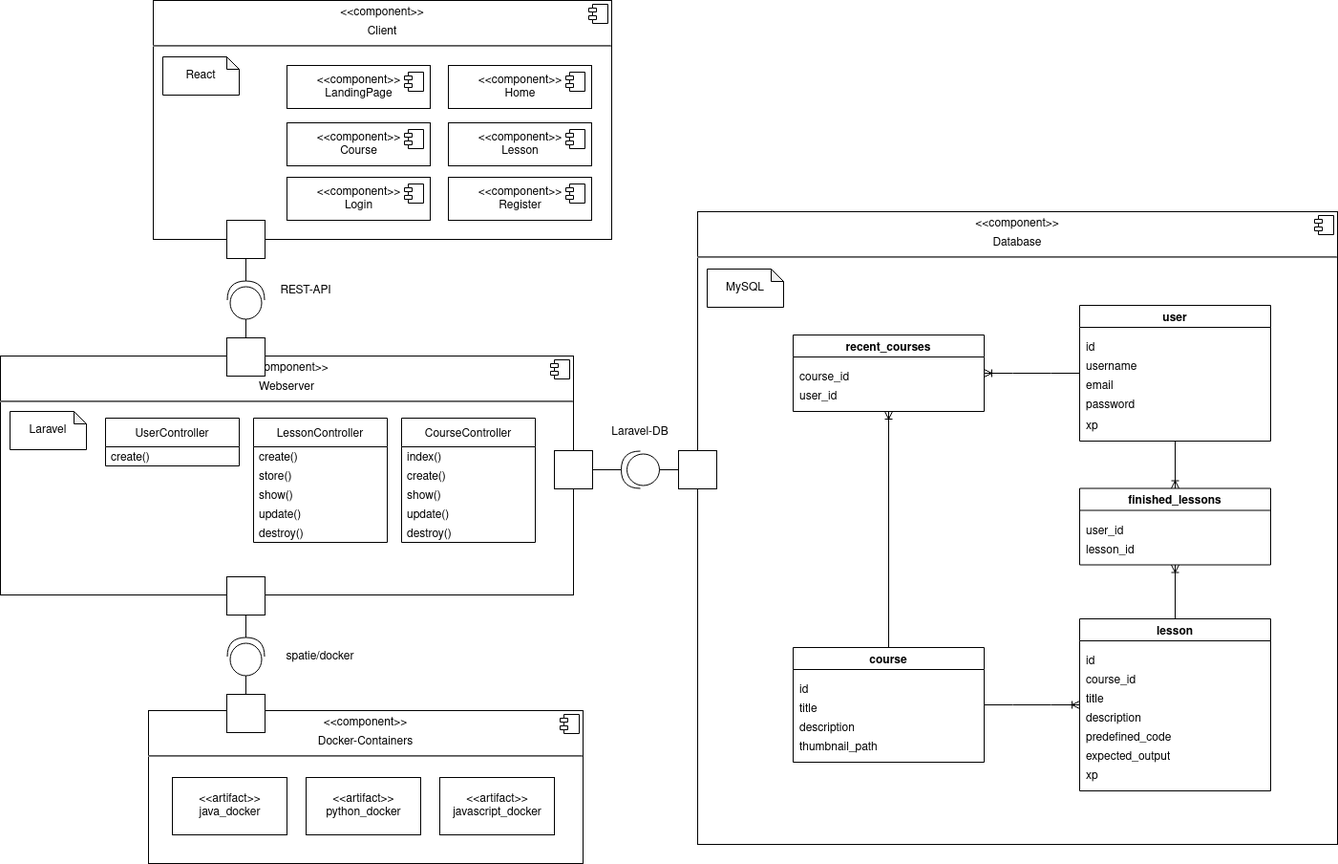
sero583/PraktikumSWE keeps this draw.io diagram as Dokumente/Komponentendiagramm.png. Above is the earlier version. Source tidied: cells renumbered, new cells last; positions are measured from the earlier drawing's top-left corner, leaving out a move shared by most shapes.
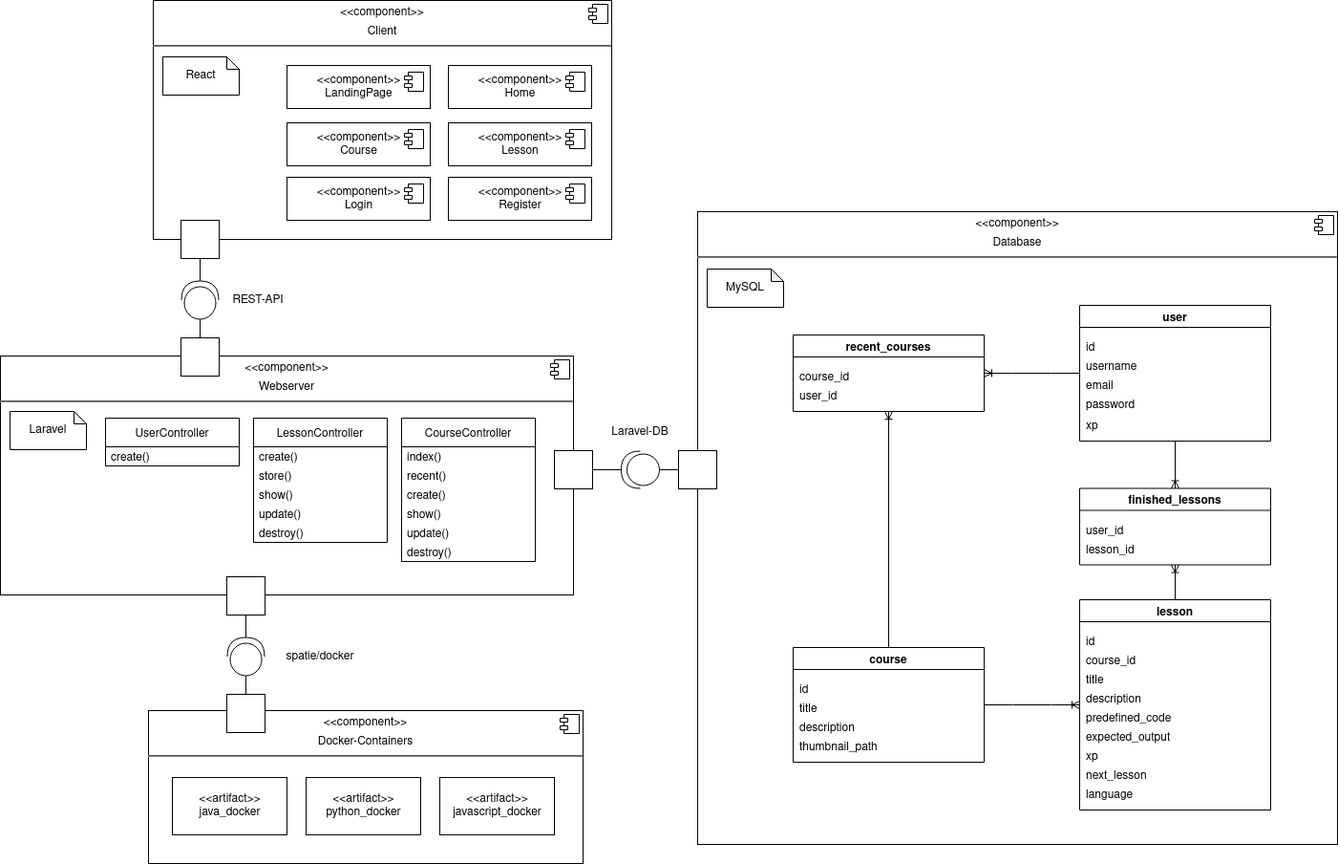
After the change.

Commit message:
update Komponentendiagramm & Projektampel

Change to the diagram source:
```diff
@@ -27,7 +27,7 @@
       </mxGeometry>
     </mxCell>
     <mxCell id="8" value="lesson" style="swimlane;" parent="1" vertex="1">
-      <mxGeometry x="1130" y="647" width="200" height="180" as="geometry" />
+      <mxGeometry x="1130" y="627" width="200" height="220" as="geometry" />
     </mxCell>
     <mxCell id="9" value="id" style="text;html=1;strokeColor=none;fillColor=none;align=left;verticalAlign=middle;whiteSpace=wrap;rounded=0;imageWidth=24;spacingLeft=5;" parent="8" vertex="1">
       <mxGeometry y="30" width="200" height="30" as="geometry" />
@@ -50,6 +50,12 @@
     <mxCell id="15" value="xp" style="text;html=1;strokeColor=none;fillColor=none;align=left;verticalAlign=middle;whiteSpace=wrap;rounded=0;imageWidth=24;spacingLeft=5;" parent="8" vertex="1">
       <mxGeometry y="150" width="200" height="30" as="geometry" />
     </mxCell>
+    <mxCell id="90" value="next_lesson" style="text;html=1;strokeColor=none;fillColor=none;align=left;verticalAlign=middle;whiteSpace=wrap;rounded=0;imageWidth=24;spacingLeft=5;" parent="8" vertex="1">
+      <mxGeometry y="170" width="200" height="30" as="geometry" />
+    </mxCell>
+    <mxCell id="91" value="language" style="text;html=1;strokeColor=none;fillColor=none;align=left;verticalAlign=middle;whiteSpace=wrap;rounded=0;imageWidth=24;spacingLeft=5;" parent="8" vertex="1">
+      <mxGeometry y="190" width="200" height="30" as="geometry" />
+    </mxCell>
     <mxCell id="16" value="user" style="swimlane;startSize=23;" parent="1" vertex="1">
       <mxGeometry x="1130" y="319" width="200" height="142" as="geometry" />
     </mxCell>
@@ -114,7 +120,7 @@
       <mxGeometry x="650" y="471.5" width="40" height="39" as="geometry" />
     </mxCell>
     <mxCell id="37" style="shape=providedRequiredInterface;html=1;verticalLabelPosition=bottom;sketch=0;align=center;rotation=-90;" parent="1" vertex="1">
-      <mxGeometry x="237" y="294" width="40" height="39" as="geometry" />
+      <mxGeometry x="189" y="294" width="40" height="39" as="geometry" />
     </mxCell>
     <mxCell id="38" style="fontStyle=0;labelPosition=right;verticalLabelPosition=middle;align=left;verticalAlign=middle;spacingLeft=2;" parent="1" vertex="1">
       <mxGeometry x="710" y="471" width="40" height="40" as="geometry" />
@@ -129,10 +135,10 @@
       <mxGeometry relative="1" as="geometry" />
     </mxCell>
     <mxCell id="42" style="fontStyle=0;labelPosition=right;verticalLabelPosition=middle;align=left;verticalAlign=middle;spacingLeft=2;" parent="1" vertex="1">
-      <mxGeometry x="237" y="230" width="40" height="40" as="geometry" />
+      <mxGeometry x="189" y="230" width="40" height="40" as="geometry" />
     </mxCell>
     <mxCell id="43" style="fontStyle=0;labelPosition=right;verticalLabelPosition=middle;align=left;verticalAlign=middle;spacingLeft=2;" parent="1" vertex="1">
-      <mxGeometry x="237" y="353" width="40" height="40" as="geometry" />
+      <mxGeometry x="189" y="353" width="40" height="40" as="geometry" />
     </mxCell>
     <mxCell id="44" style="endArrow=none;html=1;rounded=0;verticalAlign=middle;elbow=vertical;entryX=0.5;entryY=1;entryDx=0;entryDy=0;exitX=1;exitY=0.5;exitDx=0;exitDy=0;exitPerimeter=0;" parent="1" edge="1" source="37" target="42">
       <mxGeometry relative="1" as="geometry" />
@@ -141,7 +147,7 @@
       <mxGeometry relative="1" as="geometry" />
     </mxCell>
     <mxCell id="46" value="REST-API" style="text;html=1;strokeColor=none;fillColor=none;align=center;verticalAlign=middle;whiteSpace=wrap;rounded=0;" parent="1" vertex="1">
-      <mxGeometry x="290" y="288.5" width="60" height="30" as="geometry" />
+      <mxGeometry x="240" y="298.5" width="60" height="30" as="geometry" />
     </mxCell>
     <mxCell id="47" value="Laravel-DB" style="text;html=1;strokeColor=none;fillColor=none;align=center;verticalAlign=middle;whiteSpace=wrap;rounded=0;" parent="1" vertex="1">
       <mxGeometry x="630" y="437" width="80" height="30" as="geometry" />
@@ -263,22 +269,25 @@
       <mxGeometry y="110" width="140" height="20" as="geometry" />
     </mxCell>
     <mxCell id="82" value="CourseController" style="swimlane;fontStyle=0;horizontal=1;startSize=30;" parent="1" vertex="1">
-      <mxGeometry x="420" y="437" width="140" height="130" as="geometry" />
+      <mxGeometry x="420" y="437" width="140" height="150" as="geometry" />
     </mxCell>
     <mxCell id="83" value="index()" style="text;strokeColor=none;fillColor=none;align=left;verticalAlign=middle;spacingLeft=4;spacingRight=4;overflow=hidden;" parent="82" vertex="1">
       <mxGeometry y="30" width="140" height="20" as="geometry" />
     </mxCell>
+    <mxCell id="92" value="recent()" style="text;strokeColor=none;fillColor=none;align=left;verticalAlign=middle;spacingLeft=4;spacingRight=4;overflow=hidden;" parent="82" vertex="1">
+      <mxGeometry y="50" width="140" height="20" as="geometry" />
+    </mxCell>
     <mxCell id="84" value="create()" style="text;strokeColor=none;fillColor=none;align=left;verticalAlign=middle;spacingLeft=4;spacingRight=4;overflow=hidden;" parent="82" vertex="1">
-      <mxGeometry y="50" width="140" height="20" as="geometry" />
+      <mxGeometry y="70" width="140" height="20" as="geometry" />
     </mxCell>
     <mxCell id="85" value="show()" style="text;strokeColor=none;fillColor=none;align=left;verticalAlign=middle;spacingLeft=4;spacingRight=4;overflow=hidden;" parent="82" vertex="1">
-      <mxGeometry y="70" width="140" height="20" as="geometry" />
+      <mxGeometry y="90" width="140" height="20" as="geometry" />
     </mxCell>
     <mxCell id="86" value="update()" style="text;strokeColor=none;fillColor=none;align=left;verticalAlign=middle;spacingLeft=4;spacingRight=4;overflow=hidden;" parent="82" vertex="1">
-      <mxGeometry y="90" width="140" height="20" as="geometry" />
+      <mxGeometry y="110" width="140" height="20" as="geometry" />
     </mxCell>
     <mxCell id="87" value="destroy()" style="text;strokeColor=none;fillColor=none;align=left;verticalAlign=middle;spacingLeft=4;spacingRight=4;overflow=hidden;" parent="82" vertex="1">
-      <mxGeometry y="110" width="140" height="20" as="geometry" />
+      <mxGeometry y="130" width="140" height="20" as="geometry" />
     </mxCell>
     <mxCell id="88" value="UserController" style="swimlane;fontStyle=0;horizontal=1;startSize=30;" parent="1" vertex="1">
       <mxGeometry x="110" y="437" width="140" height="50" as="geometry" />
```
